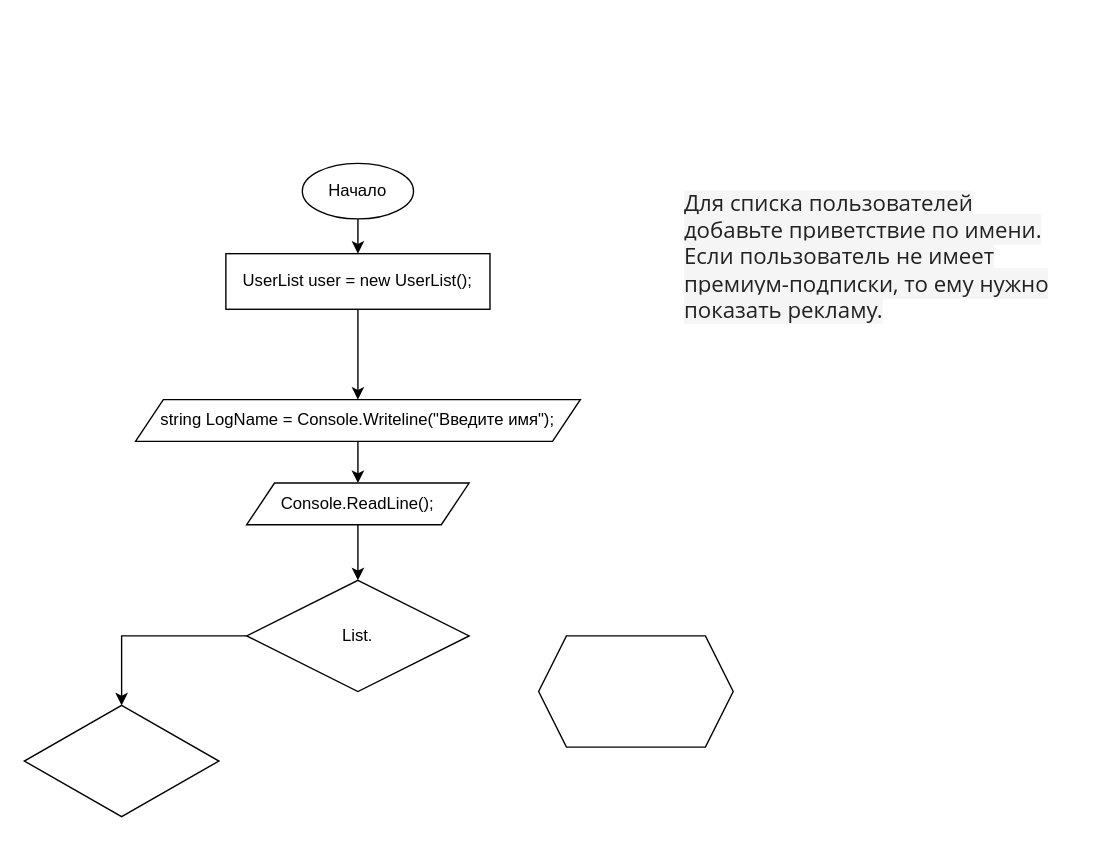
Before: Task_12_1_5/Untitled Diagram.drawio in Truemorrel/CDEV-17_Bednyakov_Module12, a draw.io diagram. Source tidied: cells renumbered, new cells numbered last; positions are measured from the earlier drawing's top-left corner, leaving out a move shared by most shapes. Both pictures are drawn from the tidied source at 139%, with x=0, y=0 at pixel (24, 163).
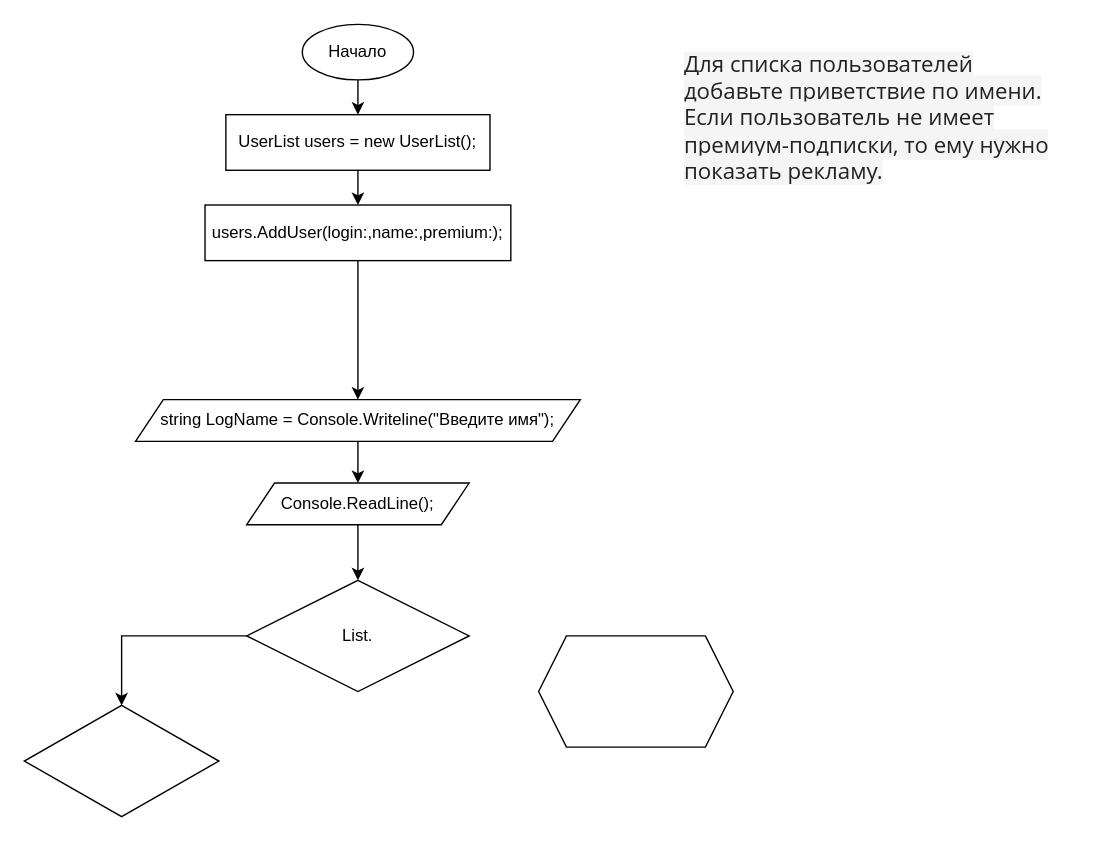
Above is the later version.

Change to the diagram source:
```diff
@@
 <mxGraphModel>
   <root>
     <mxCell id="0" />
     <mxCell id="1" parent="0" />
     <mxCell id="2" value="&lt;span style=&quot;color: rgb(34, 34, 34); font-family: &amp;quot;Open Sans&amp;quot;, &amp;quot;Helvetica Neue&amp;quot;, Helvetica, Arial, sans-serif; font-size: 16px; background-color: rgb(245, 245, 245);&quot;&gt;Для списка пользователей добавьте приветствие по имени. Если пользователь не имеет премиум-подписки, то ему нужно показать рекламу.&lt;br&gt;&lt;/span&gt;" style="text;html=1;strokeColor=none;fillColor=none;spacing=5;spacingTop=-20;whiteSpace=wrap;overflow=hidden;rounded=0;" parent="1" vertex="1">
-      <mxGeometry x="470" y="30" width="290" height="110" as="geometry" />
+      <mxGeometry x="470" y="-70" width="290" height="110" as="geometry" />
     </mxCell>
     <mxCell id="3" style="edgeStyle=orthogonalEdgeStyle;rounded=0;jettySize=auto;html=1;" parent="1" edge="1" source="4" target="6">
       <mxGeometry relative="1" as="geometry" />
     </mxCell>
     <mxCell id="4" value="Console.ReadLine();" style="shape=parallelogram;perimeter=parallelogramPerimeter;whiteSpace=wrap;html=1;fixedSize=1;" parent="1" vertex="1">
       <mxGeometry x="160" y="230" width="160" height="30" as="geometry" />
     </mxCell>
     <mxCell id="5" style="edgeStyle=orthogonalEdgeStyle;rounded=0;jettySize=auto;html=1;entryX=0.5;entryY=0;entryDx=0;entryDy=0;" parent="1" edge="1" source="6" target="10">
       <mxGeometry relative="1" as="geometry" />
     </mxCell>
     <mxCell id="6" value="List." style="rhombus;whiteSpace=wrap;html=1;" parent="1" vertex="1">
       <mxGeometry x="160" y="300" width="160" height="80" as="geometry" />
     </mxCell>
-    <mxCell id="7" style="edgeStyle=orthogonalEdgeStyle;rounded=0;jettySize=auto;html=1;entryX=0.5;entryY=0;entryDx=0;entryDy=0;exitX=0.5;exitY=1;exitDx=0;exitDy=0;" parent="1" edge="1" source="14" target="12">
-      <mxGeometry relative="1" as="geometry" />
-    </mxCell>
     <mxCell id="8" style="edgeStyle=orthogonalEdgeStyle;rounded=0;jettySize=auto;html=1;" parent="1" edge="1" source="9" target="14">
       <mxGeometry relative="1" as="geometry" />
     </mxCell>
     <mxCell id="9" value="Начало" style="ellipse;whiteSpace=wrap;html=1;" parent="1" vertex="1">
-      <mxGeometry x="200" width="80" height="40" as="geometry" />
+      <mxGeometry x="200" y="-100" width="80" height="40" as="geometry" />
     </mxCell>
     <mxCell id="10" style="rhombus;whiteSpace=wrap;html=1;" parent="1" vertex="1">
       <mxGeometry y="390" width="140" height="80" as="geometry" />
     </mxCell>
     <mxCell id="11" style="edgeStyle=orthogonalEdgeStyle;rounded=0;jettySize=auto;html=1;entryX=0.5;entryY=0;entryDx=0;entryDy=0;" parent="1" edge="1" source="12" target="4">
       <mxGeometry relative="1" as="geometry" />
     </mxCell>
     <mxCell id="12" value="string LogName = Console.Writeline(&quot;Введите имя&quot;);" style="shape=parallelogram;perimeter=parallelogramPerimeter;whiteSpace=wrap;html=1;fixedSize=1;" parent="1" vertex="1">
       <mxGeometry x="80" y="170" width="320" height="30" as="geometry" />
     </mxCell>
     <mxCell id="13" style="edgeStyle=orthogonalEdgeStyle;rounded=0;orthogonalLoop=1;jettySize=auto;html=1;exitX=0.5;exitY=1;exitDx=0;exitDy=0;" parent="1" edge="1" source="12" target="12">
       <mxGeometry relative="1" as="geometry" />
     </mxCell>
+    <mxCell id="16" style="edgeStyle=orthogonalEdgeStyle;rounded=0;jettySize=auto;html=1;" parent="1" edge="1" source="14" target="18">
+      <mxGeometry relative="1" as="geometry" />
+    </mxCell>
-    <mxCell id="14" value="UserList user = new UserList();" style="whiteSpace=wrap;html=1;" parent="1" vertex="1">
-      <mxGeometry x="145" y="65" width="190" height="40" as="geometry" />
+    <mxCell id="14" value="UserList users = new UserList();" style="whiteSpace=wrap;html=1;" parent="1" vertex="1">
+      <mxGeometry x="145" y="-35" width="190" height="40" as="geometry" />
     </mxCell>
     <mxCell id="15" style="shape=hexagon;perimeter=hexagonPerimeter2;whiteSpace=wrap;html=1;fixedSize=1;" parent="1" vertex="1">
       <mxGeometry x="370" y="340" width="140" height="80" as="geometry" />
     </mxCell>
+    <mxCell id="17" style="edgeStyle=orthogonalEdgeStyle;rounded=0;jettySize=auto;html=1;" parent="1" edge="1" source="18" target="12">
+      <mxGeometry relative="1" as="geometry" />
+    </mxCell>
+    <mxCell id="18" value="users.AddUser(login:,name:,premium:);" style="whiteSpace=wrap;html=1;" parent="1" vertex="1">
+      <mxGeometry x="130" y="30" width="220" height="40" as="geometry" />
+    </mxCell>
   </root>
 </mxGraphModel>
```
